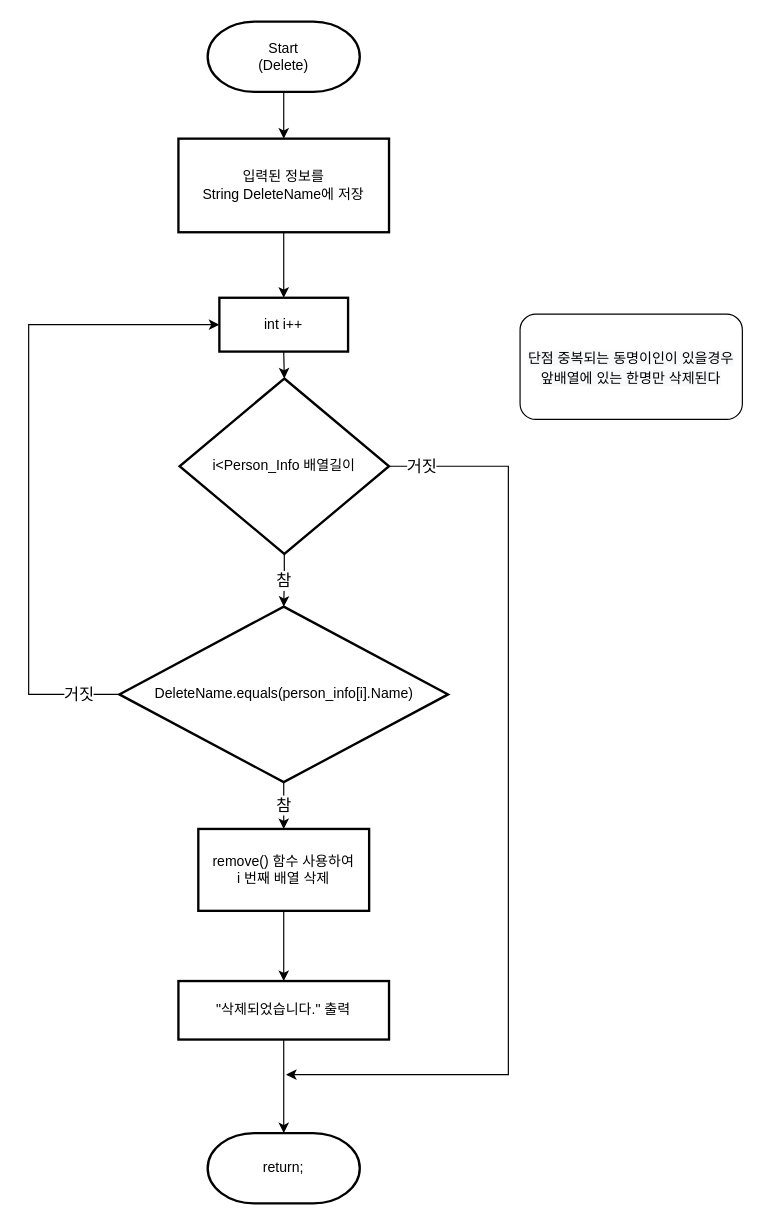
Above: 순서도/Delete 기능_java.drawio in skatld123/PH_list_java (draw.io), before the change. Source tidied: cells renumbered, new cells numbered last; positions are measured from the earlier drawing's top-left corner, leaving out a move shared by most shapes. Both pictures are drawn from the tidied source at 117%, with x=0, y=0 at pixel (28, 21).
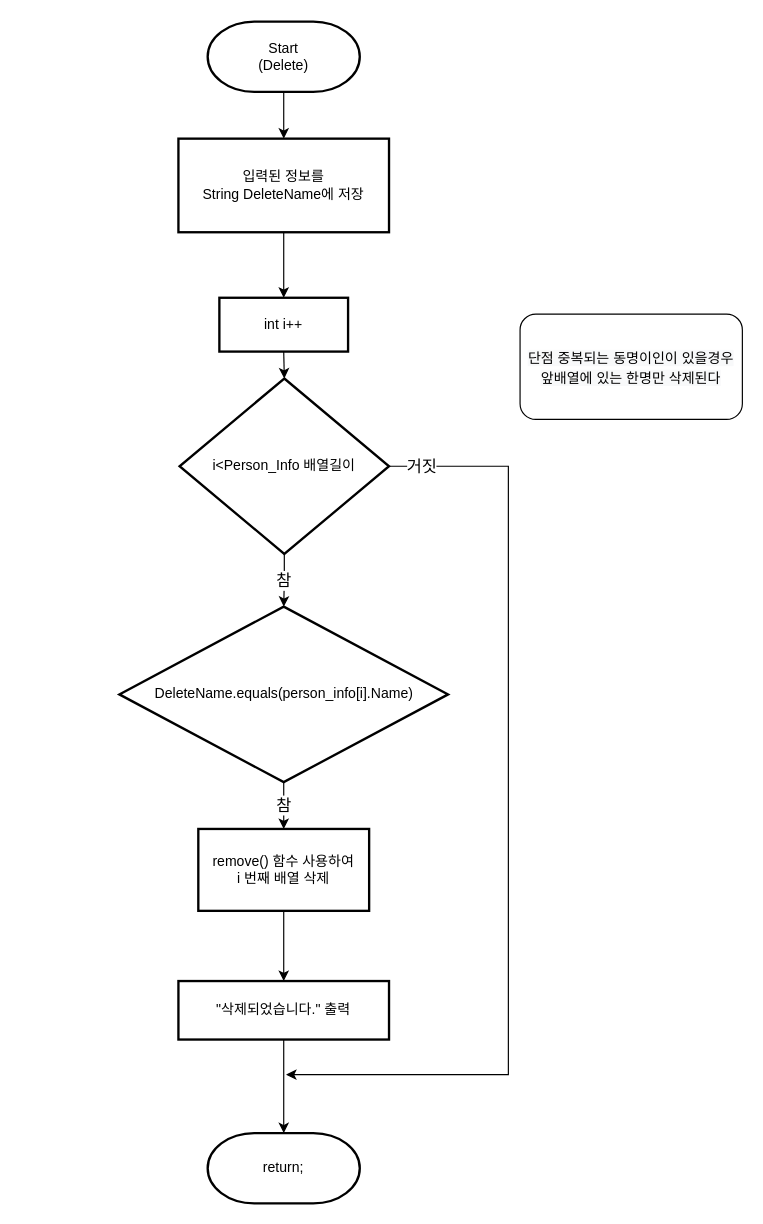
Above is the later version.

Commit message:
Delete 기능_java.drawio 업데이트

Unchanged cells that the change refers to:
```xml
<mxCell id="13" value="int i++" style="rounded=1;whiteSpace=wrap;html=1;absoluteArcSize=1;arcSize=0;strokeWidth=2;" parent="1" vertex="1">
  <mxGeometry x="163" y="236" width="110" height="46" as="geometry" />
</mxCell>
<mxCell id="16" value="&lt;span&gt;DeleteName.equals(person_info[i].Name)&lt;/span&gt;" style="strokeWidth=2;html=1;shape=mxgraph.flowchart.decision;whiteSpace=wrap;" parent="1" vertex="1">
  <mxGeometry x="77.5" y="500" width="281" height="150" as="geometry" />
</mxCell>
```

What changed in the source:
```diff
@@
-    <mxCell id="15" value="거짓" style="edgeStyle=orthogonalEdgeStyle;rounded=0;jettySize=auto;html=1;exitX=0;exitY=0.5;exitDx=0;exitDy=0;exitPerimeter=0;entryX=0;entryY=0.5;entryDx=0;entryDy=0;fontSize=14;" parent="1" edge="1" source="16" target="13">
-      <mxGeometry x="-0.87" relative="1" as="geometry">
-        <Array as="points">
-          <mxPoint y="575" />
-          <mxPoint y="259" />
-        </Array>
-        <mxPoint x="1" as="offset" />
-      </mxGeometry>
-    </mxCell>
```
